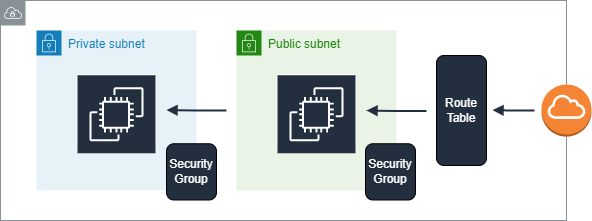
Before: Diagrams/bastion-host-diagram.drawio.png, a diagram exported from draw.io (tiagopala/aws-certified-sysops-administrator-associate). Source tidied: cells renumbered, new cells last; positions are measured from the earlier drawing's top-left corner, leaving out a move shared by most shapes.
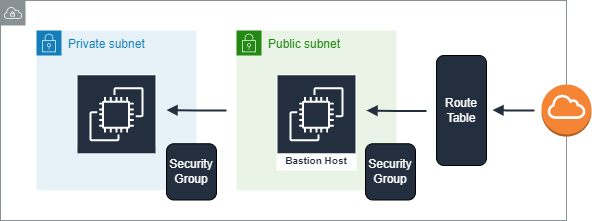
Later version of the same file.

Commit message:
Adição da identificação do bastion host no desenho de arquitetura

What changed in the source:
```diff
@@ -17,8 +17,8 @@
     <mxCell id="5" value="Public subnet" style="gradientColor=none;html=1;whiteSpace=wrap;fontSize=12;fontStyle=0;shape=mxgraph.aws4.group;grIcon=mxgraph.aws4.group_security_group;grStroke=0;strokeColor=#248814;fillColor=#E9F3E6;verticalAlign=top;align=left;spacingLeft=30;fontColor=#248814;dashed=0;" parent="1" vertex="1">
       <mxGeometry x="236" y="30" width="160" height="160" as="geometry" />
     </mxCell>
-    <mxCell id="6" style="sketch=0;fontColor=#232F3E;gradientColor=none;strokeColor=#ffffff;fillColor=#232F3E;dashed=0;verticalLabelPosition=middle;verticalAlign=bottom;align=center;html=1;whiteSpace=wrap;fontSize=10;fontStyle=1;spacing=3;shape=mxgraph.aws4.productIcon;prIcon=mxgraph.aws4.ec2;" parent="5" vertex="1">
-      <mxGeometry x="40" y="43.8" width="80" height="72.5" as="geometry" />
+    <mxCell id="6" value="Bastion Host" style="sketch=0;fontColor=#232F3E;gradientColor=none;strokeColor=#ffffff;fillColor=#232F3E;dashed=0;verticalLabelPosition=middle;verticalAlign=bottom;align=center;html=1;whiteSpace=wrap;fontSize=10;fontStyle=1;spacing=3;shape=mxgraph.aws4.productIcon;prIcon=mxgraph.aws4.ec2;" parent="5" vertex="1">
+      <mxGeometry x="40" y="43.8" width="80" height="96.2" as="geometry" />
     </mxCell>
     <mxCell id="7" value="Security&lt;br&gt;Group" style="rounded=1;whiteSpace=wrap;html=1;fillColor=#232F3E;fontColor=#FFFFFF;" parent="1" vertex="1">
       <mxGeometry x="166" y="143.2" width="50" height="56.2" as="geometry" />
```
